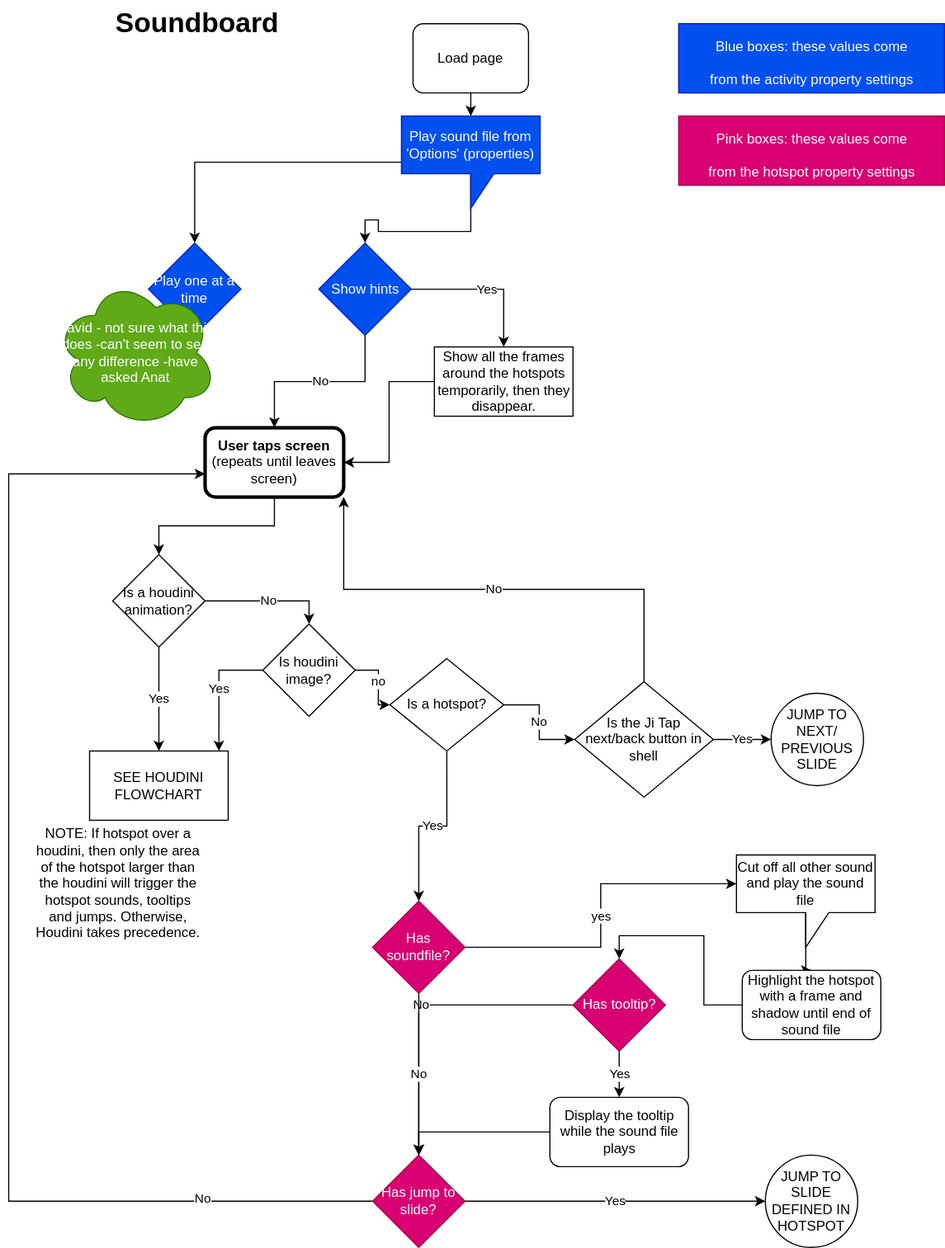
The draw.io diagram legacy-player/soundboard.drawio.svg in ji-devs/ji-cloud-flowcharts, before a commit. Source tidied: cells renumbered, new cells last; positions are measured from the earlier drawing's top-left corner, leaving out a move shared by most shapes. Its diagram source:
```xml
<mxGraphModel>
  <root>
    <mxCell id="0" />
    <mxCell id="1" parent="0" />
    <mxCell id="2" value="Soundboard" style="text;strokeColor=none;fillColor=none;html=1;fontSize=24;fontStyle=1;verticalAlign=middle;align=center;" parent="1" vertex="1">
      <mxGeometry x="10" width="305" height="40" as="geometry" />
    </mxCell>
    <mxCell id="3" value="&lt;span style=&quot;font-weight: normal&quot;&gt;&lt;font style=&quot;font-size: 12px&quot;&gt;Blue boxes: these values come &lt;br&gt;from the activity property settings&lt;/font&gt;&lt;/span&gt;" style="text;strokeColor=#001DBC;fillColor=#0050ef;html=1;fontSize=24;fontStyle=1;verticalAlign=middle;align=center;fontColor=#ffffff;" parent="1" vertex="1">
      <mxGeometry x="580" y="20" width="230" height="60" as="geometry" />
    </mxCell>
    <mxCell id="4" style="edgeStyle=orthogonalEdgeStyle;rounded=0;jettySize=auto;html=1;exitX=0.5;exitY=1;exitDx=0;exitDy=0;entryX=0.5;entryY=0;entryDx=0;entryDy=0;entryPerimeter=0;" parent="1" edge="1" source="5" target="8">
      <mxGeometry relative="1" as="geometry" />
    </mxCell>
    <mxCell id="5" value="Load page" style="rounded=1;whiteSpace=wrap;html=1;" parent="1" vertex="1">
      <mxGeometry x="350" y="20" width="100" height="60" as="geometry" />
    </mxCell>
    <mxCell id="6" style="edgeStyle=orthogonalEdgeStyle;rounded=0;jettySize=auto;html=1;" parent="1" edge="1" source="8" target="9">
      <mxGeometry relative="1" as="geometry" />
    </mxCell>
    <mxCell id="7" style="edgeStyle=orthogonalEdgeStyle;rounded=0;jettySize=auto;html=1;" parent="1" edge="1" source="8" target="12">
      <mxGeometry relative="1" as="geometry" />
    </mxCell>
    <mxCell id="8" value="Play sound file from 'Options' (properties)" style="shape=callout;whiteSpace=wrap;html=1;perimeter=calloutPerimeter;fillColor=#0050ef;strokeColor=#001DBC;fontColor=#ffffff;" parent="1" vertex="1">
      <mxGeometry x="340" y="100" width="120" height="80" as="geometry" />
    </mxCell>
    <mxCell id="9" value="Play one at a time" style="rhombus;whiteSpace=wrap;html=1;fillColor=#0050ef;strokeColor=#001DBC;fontColor=#ffffff;" parent="1" vertex="1">
      <mxGeometry x="121" y="210" width="80" height="80" as="geometry" />
    </mxCell>
    <mxCell id="10" value="Yes" style="edgeStyle=orthogonalEdgeStyle;rounded=0;jettySize=auto;html=1;" parent="1" edge="1" source="12" target="14">
      <mxGeometry relative="1" as="geometry" />
    </mxCell>
    <mxCell id="11" value="No" style="edgeStyle=orthogonalEdgeStyle;rounded=0;jettySize=auto;html=1;exitX=0.5;exitY=1;exitDx=0;exitDy=0;entryX=0.5;entryY=0;entryDx=0;entryDy=0;" parent="1" edge="1" source="12" target="16">
      <mxGeometry relative="1" as="geometry" />
    </mxCell>
    <mxCell id="12" value="Show hints" style="rhombus;whiteSpace=wrap;html=1;fillColor=#0050ef;strokeColor=#001DBC;fontColor=#ffffff;" parent="1" vertex="1">
      <mxGeometry x="268.5" y="210" width="80" height="80" as="geometry" />
    </mxCell>
    <mxCell id="13" style="edgeStyle=orthogonalEdgeStyle;rounded=0;jettySize=auto;html=1;entryX=1;entryY=0.5;entryDx=0;entryDy=0;" parent="1" edge="1" source="14" target="16">
      <mxGeometry relative="1" as="geometry" />
    </mxCell>
    <mxCell id="14" value="Show all the frames around the hotspots temporarily, then they disappear." style="whiteSpace=wrap;html=1;" parent="1" vertex="1">
      <mxGeometry x="368.5" y="300" width="120" height="60" as="geometry" />
    </mxCell>
    <mxCell id="15" style="edgeStyle=orthogonalEdgeStyle;rounded=0;jettySize=auto;html=1;" parent="1" edge="1" source="16" target="19">
      <mxGeometry relative="1" as="geometry" />
    </mxCell>
    <mxCell id="16" value="User taps screen &lt;span style=&quot;font-weight: normal&quot;&gt;(repeats until leaves screen)&lt;/span&gt;" style="rounded=1;whiteSpace=wrap;html=1;fontStyle=1;strokeWidth=3;" parent="1" vertex="1">
      <mxGeometry x="170" y="370" width="120" height="60" as="geometry" />
    </mxCell>
    <mxCell id="17" value="Yes" style="edgeStyle=orthogonalEdgeStyle;rounded=0;jettySize=auto;html=1;" parent="1" edge="1" source="19" target="23">
      <mxGeometry relative="1" as="geometry" />
    </mxCell>
    <mxCell id="18" value="No" style="edgeStyle=orthogonalEdgeStyle;rounded=0;jettySize=auto;html=1;entryX=0.5;entryY=0;entryDx=0;entryDy=0;" parent="1" edge="1" source="19" target="22">
      <mxGeometry relative="1" as="geometry" />
    </mxCell>
    <mxCell id="19" value="Is a houdini animation?" style="rhombus;whiteSpace=wrap;html=1;" parent="1" vertex="1">
      <mxGeometry x="90" y="480" width="80" height="80" as="geometry" />
    </mxCell>
    <mxCell id="20" value="Yes" style="edgeStyle=orthogonalEdgeStyle;rounded=0;jettySize=auto;html=1;entryX=0.933;entryY=0;entryDx=0;entryDy=0;entryPerimeter=0;" parent="1" edge="1" source="22" target="23">
      <mxGeometry relative="1" as="geometry" />
    </mxCell>
    <mxCell id="21" value="no" style="edgeStyle=orthogonalEdgeStyle;rounded=0;jettySize=auto;html=1;" parent="1" edge="1" source="22" target="26">
      <mxGeometry relative="1" as="geometry" />
    </mxCell>
    <mxCell id="22" value="Is houdini image?" style="rhombus;whiteSpace=wrap;html=1;" parent="1" vertex="1">
      <mxGeometry x="220" y="540" width="80" height="80" as="geometry" />
    </mxCell>
    <mxCell id="23" value="SEE HOUDINI FLOWCHART" style="whiteSpace=wrap;html=1;" parent="1" vertex="1">
      <mxGeometry x="70" y="650" width="120" height="60" as="geometry" />
    </mxCell>
    <mxCell id="24" value="Yes" style="edgeStyle=orthogonalEdgeStyle;rounded=0;jettySize=auto;html=1;entryX=0.5;entryY=0;entryDx=0;entryDy=0;exitX=0.5;exitY=1;exitDx=0;exitDy=0;" parent="1" edge="1" source="26" target="38">
      <mxGeometry relative="1" as="geometry" />
    </mxCell>
    <mxCell id="25" value="No" style="edgeStyle=orthogonalEdgeStyle;rounded=0;jettySize=auto;html=1;entryX=0;entryY=0.5;entryDx=0;entryDy=0;" parent="1" edge="1" source="26" target="48">
      <mxGeometry relative="1" as="geometry" />
    </mxCell>
    <mxCell id="26" value="Is a hotspot?" style="rhombus;whiteSpace=wrap;html=1;" parent="1" vertex="1">
      <mxGeometry x="330" y="570" width="98.5" height="80" as="geometry" />
    </mxCell>
    <mxCell id="27" value="NOTE: If hotspot over a houdini, then only the area of the hotspot larger than the houdini will trigger the hotspot sounds, tooltips and jumps. Otherwise, Houdini takes precedence." style="text;html=1;strokeColor=none;fillColor=none;align=center;verticalAlign=middle;whiteSpace=wrap;rounded=0;" parent="1" vertex="1">
      <mxGeometry x="20" y="700" width="150" height="130" as="geometry" />
    </mxCell>
    <mxCell id="28" value="Yes" style="edgeStyle=orthogonalEdgeStyle;rounded=0;jettySize=auto;html=1;entryX=0.5;entryY=0;entryDx=0;entryDy=0;" parent="1" edge="1" source="30" target="45">
      <mxGeometry relative="1" as="geometry" />
    </mxCell>
    <mxCell id="29" value="No" style="edgeStyle=orthogonalEdgeStyle;rounded=0;jettySize=auto;html=1;" parent="1" edge="1" source="30" target="35">
      <mxGeometry relative="1" as="geometry" />
    </mxCell>
    <mxCell id="30" value="Has tooltip?" style="rhombus;whiteSpace=wrap;html=1;fillColor=#d80073;strokeColor=#A50040;fontColor=#ffffff;" parent="1" vertex="1">
      <mxGeometry x="488.5" y="830" width="80" height="80" as="geometry" />
    </mxCell>
    <mxCell id="31" value="&lt;span style=&quot;font-weight: normal&quot;&gt;&lt;font style=&quot;font-size: 12px&quot;&gt;Pink boxes: these values come &lt;br&gt;from the hotspot property settings&lt;/font&gt;&lt;/span&gt;" style="text;strokeColor=#A50040;fillColor=#d80073;html=1;fontSize=24;fontStyle=1;verticalAlign=middle;align=center;fontColor=#ffffff;" parent="1" vertex="1">
      <mxGeometry x="580" y="100" width="230" height="60" as="geometry" />
    </mxCell>
    <mxCell id="32" value="Yes" style="edgeStyle=orthogonalEdgeStyle;rounded=0;jettySize=auto;html=1;" parent="1" edge="1" source="35" target="41">
      <mxGeometry relative="1" as="geometry" />
    </mxCell>
    <mxCell id="33" style="edgeStyle=orthogonalEdgeStyle;rounded=0;jettySize=auto;html=1;" parent="1" edge="1" source="35">
      <mxGeometry relative="1" as="geometry">
        <mxPoint x="170" y="410" as="targetPoint" />
        <Array as="points">
          <mxPoint y="1040" />
          <mxPoint y="410" />
        </Array>
      </mxGeometry>
    </mxCell>
    <mxCell id="34" value="No" style="edgeLabel;html=1;align=center;verticalAlign=middle;" parent="33" vertex="1">
      <mxGeometry x="-0.73" y="-3" relative="1" as="geometry" />
    </mxCell>
    <mxCell id="35" value="Has jump to slide?" style="rhombus;whiteSpace=wrap;html=1;fillColor=#d80073;strokeColor=#A50040;fontColor=#ffffff;" parent="1" vertex="1">
      <mxGeometry x="315" y="1000" width="80" height="80" as="geometry" />
    </mxCell>
    <mxCell id="36" value="yes" style="edgeStyle=orthogonalEdgeStyle;rounded=0;jettySize=auto;html=1;entryX=0;entryY=0;entryDx=0;entryDy=25;entryPerimeter=0;" parent="1" edge="1" source="38" target="40">
      <mxGeometry relative="1" as="geometry" />
    </mxCell>
    <mxCell id="37" value="No" style="edgeStyle=orthogonalEdgeStyle;rounded=0;jettySize=auto;html=1;exitX=0.5;exitY=1;exitDx=0;exitDy=0;entryX=0.5;entryY=0;entryDx=0;entryDy=0;" parent="1" edge="1" source="38" target="35">
      <mxGeometry relative="1" as="geometry" />
    </mxCell>
    <mxCell id="38" value="Has soundfile?" style="rhombus;whiteSpace=wrap;html=1;fillColor=#d80073;strokeColor=#A50040;fontColor=#ffffff;" parent="1" vertex="1">
      <mxGeometry x="315" y="780" width="80" height="80" as="geometry" />
    </mxCell>
    <mxCell id="39" style="edgeStyle=orthogonalEdgeStyle;rounded=0;jettySize=auto;html=1;entryX=0.5;entryY=0;entryDx=0;entryDy=0;" parent="1" edge="1" source="40" target="43">
      <mxGeometry relative="1" as="geometry" />
    </mxCell>
    <mxCell id="40" value="Cut off all other sound and play the sound file" style="shape=callout;whiteSpace=wrap;html=1;perimeter=calloutPerimeter;" parent="1" vertex="1">
      <mxGeometry x="630" y="740" width="120" height="80" as="geometry" />
    </mxCell>
    <mxCell id="41" value="JUMP TO SLIDE DEFINED IN HOTSPOT" style="ellipse;whiteSpace=wrap;html=1;" parent="1" vertex="1">
      <mxGeometry x="655" y="1000" width="80" height="80" as="geometry" />
    </mxCell>
    <mxCell id="42" style="edgeStyle=orthogonalEdgeStyle;rounded=0;jettySize=auto;html=1;entryX=0.5;entryY=0;entryDx=0;entryDy=0;" parent="1" edge="1" source="43" target="30">
      <mxGeometry relative="1" as="geometry" />
    </mxCell>
    <mxCell id="43" value="Highlight the hotspot with a frame and shadow until end of sound file" style="rounded=1;whiteSpace=wrap;html=1;" parent="1" vertex="1">
      <mxGeometry x="635" y="840" width="120" height="60" as="geometry" />
    </mxCell>
    <mxCell id="44" style="edgeStyle=orthogonalEdgeStyle;rounded=0;jettySize=auto;html=1;entryX=0.5;entryY=0;entryDx=0;entryDy=0;" parent="1" edge="1" source="45" target="35">
      <mxGeometry relative="1" as="geometry" />
    </mxCell>
    <mxCell id="45" value="Display the tooltip while the sound file plays" style="rounded=1;whiteSpace=wrap;html=1;" parent="1" vertex="1">
      <mxGeometry x="468.5" y="950" width="120" height="60" as="geometry" />
    </mxCell>
    <mxCell id="46" value="Yes" style="edgeStyle=orthogonalEdgeStyle;rounded=0;jettySize=auto;html=1;" parent="1" edge="1" source="48" target="49">
      <mxGeometry relative="1" as="geometry" />
    </mxCell>
    <mxCell id="47" value="No" style="edgeStyle=orthogonalEdgeStyle;rounded=0;jettySize=auto;html=1;entryX=1;entryY=1;entryDx=0;entryDy=0;" parent="1" edge="1" source="48" target="16">
      <mxGeometry relative="1" as="geometry">
        <Array as="points">
          <mxPoint x="550" y="510" />
          <mxPoint x="290" y="510" />
        </Array>
      </mxGeometry>
    </mxCell>
    <mxCell id="48" value="Is the Ji Tap next/back button in shell" style="rhombus;whiteSpace=wrap;html=1;strokeWidth=1;" parent="1" vertex="1">
      <mxGeometry x="490" y="590" width="120" height="100" as="geometry" />
    </mxCell>
    <mxCell id="49" value="JUMP TO NEXT/ PREVIOUS SLIDE&amp;nbsp;" style="ellipse;whiteSpace=wrap;html=1;" parent="1" vertex="1">
      <mxGeometry x="660" y="600" width="80" height="80" as="geometry" />
    </mxCell>
    <mxCell id="50" value="David - not sure what this does -can't seem to see any difference -have asked Anat" style="ellipse;shape=cloud;whiteSpace=wrap;html=1;strokeWidth=1;fillColor=#60a917;strokeColor=#2D7600;fontColor=#ffffff;" parent="1" vertex="1">
      <mxGeometry x="40" y="240" width="140" height="130" as="geometry" />
    </mxCell>
  </root>
</mxGraphModel>
```
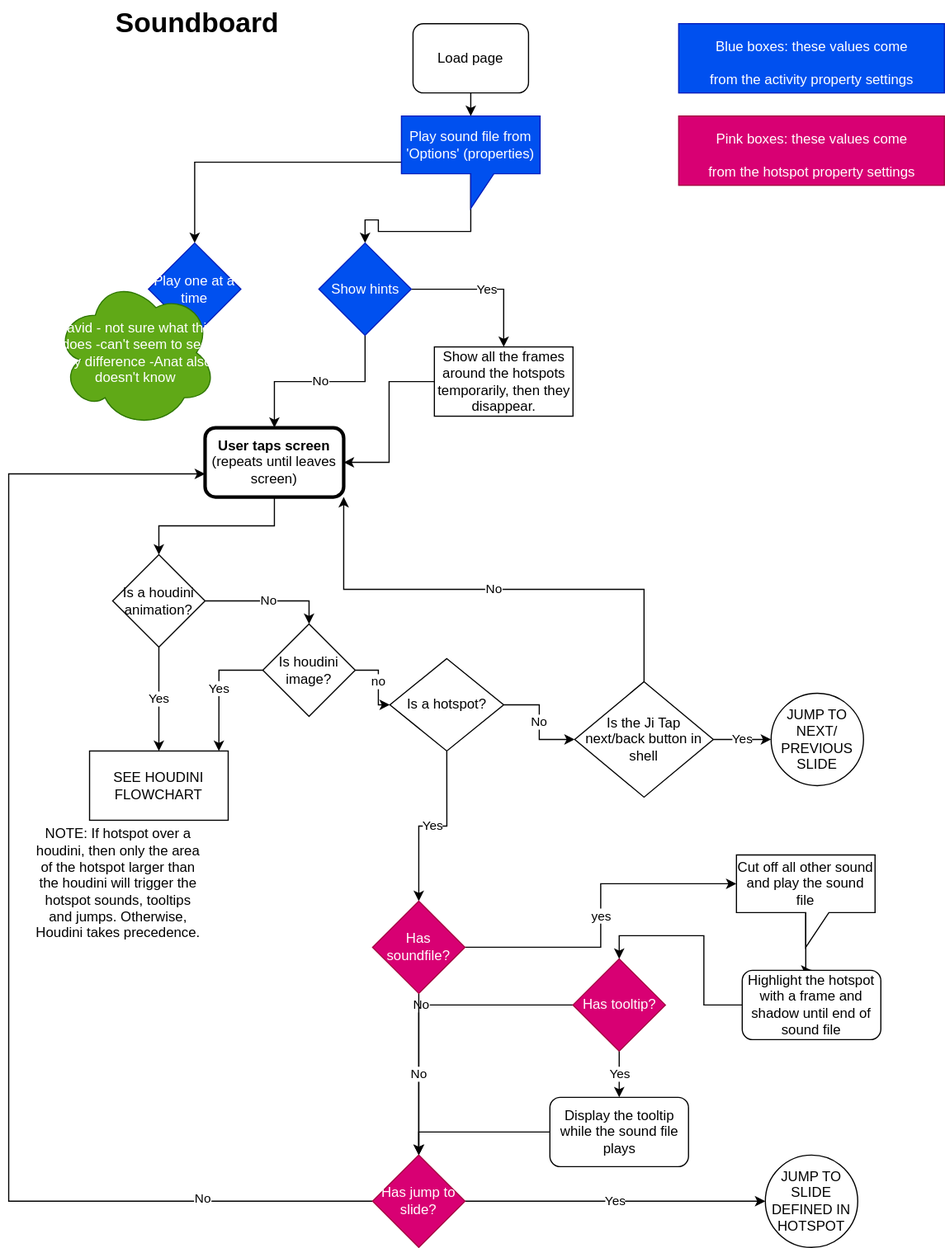
The same file after the commit.

Commit message:
Anat's answer regarding play one at a time

What changed in the source:
```diff
@@ -157,7 +157,7 @@
     <mxCell id="49" value="JUMP TO NEXT/ PREVIOUS SLIDE&amp;nbsp;" style="ellipse;whiteSpace=wrap;html=1;" parent="1" vertex="1">
       <mxGeometry x="660" y="600" width="80" height="80" as="geometry" />
     </mxCell>
-    <mxCell id="50" value="David - not sure what this does -can't seem to see any difference -have asked Anat" style="ellipse;shape=cloud;whiteSpace=wrap;html=1;strokeWidth=1;fillColor=#60a917;strokeColor=#2D7600;fontColor=#ffffff;" parent="1" vertex="1">
+    <mxCell id="50" value="David - not sure what this does -can't seem to see any difference -Anat also doesn't know" style="ellipse;shape=cloud;whiteSpace=wrap;html=1;strokeWidth=1;fillColor=#60a917;strokeColor=#2D7600;fontColor=#ffffff;" parent="1" vertex="1">
       <mxGeometry x="40" y="240" width="140" height="130" as="geometry" />
     </mxCell>
   </root>
```
